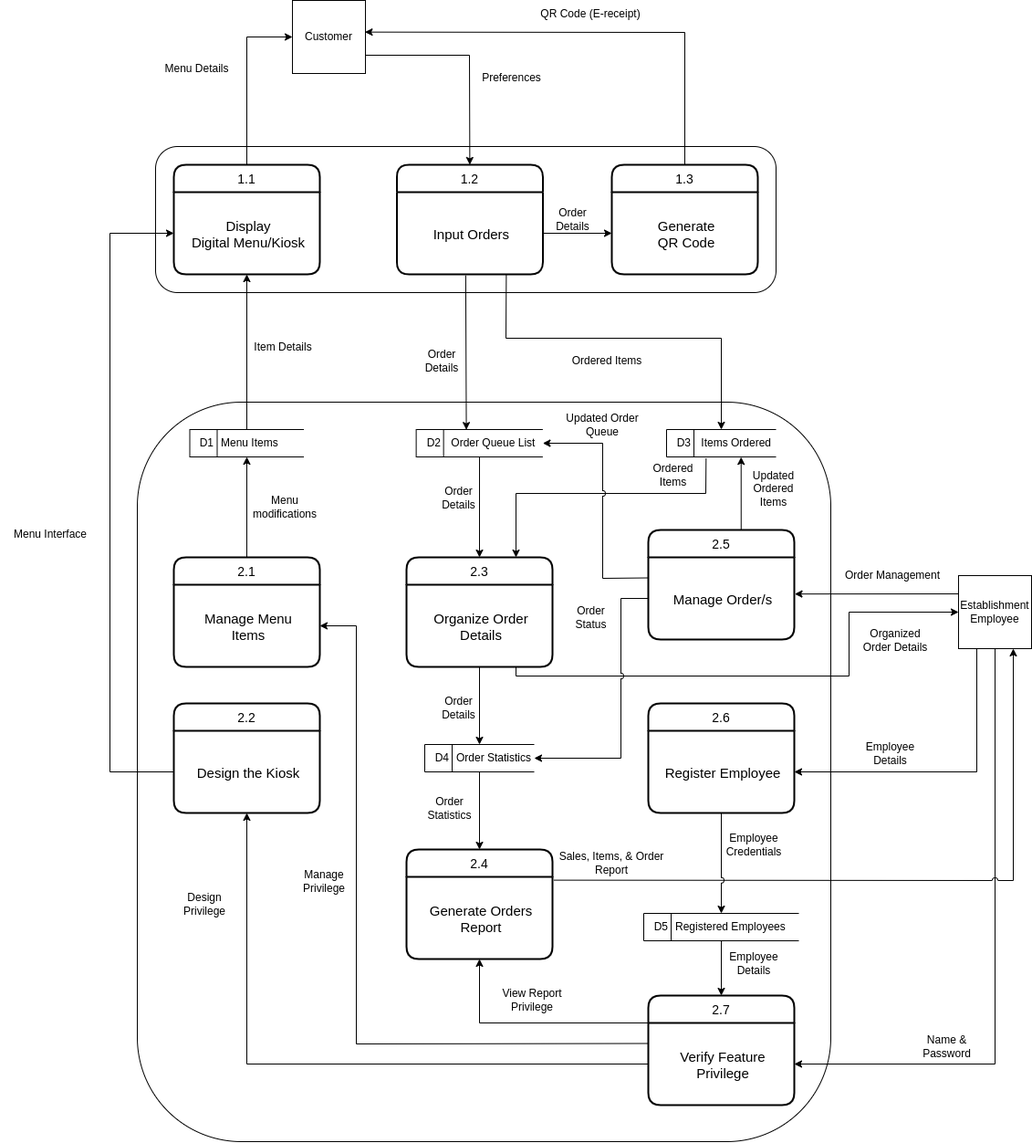
Above: DOCS/Diagrams/Data Flow Diagram 2.png in alexxGmZ/MenuMaApp (draw.io), before the change. Source tidied: cells renumbered, new cells last; positions are measured from the earlier drawing's top-left corner, leaving out a move shared by most shapes.
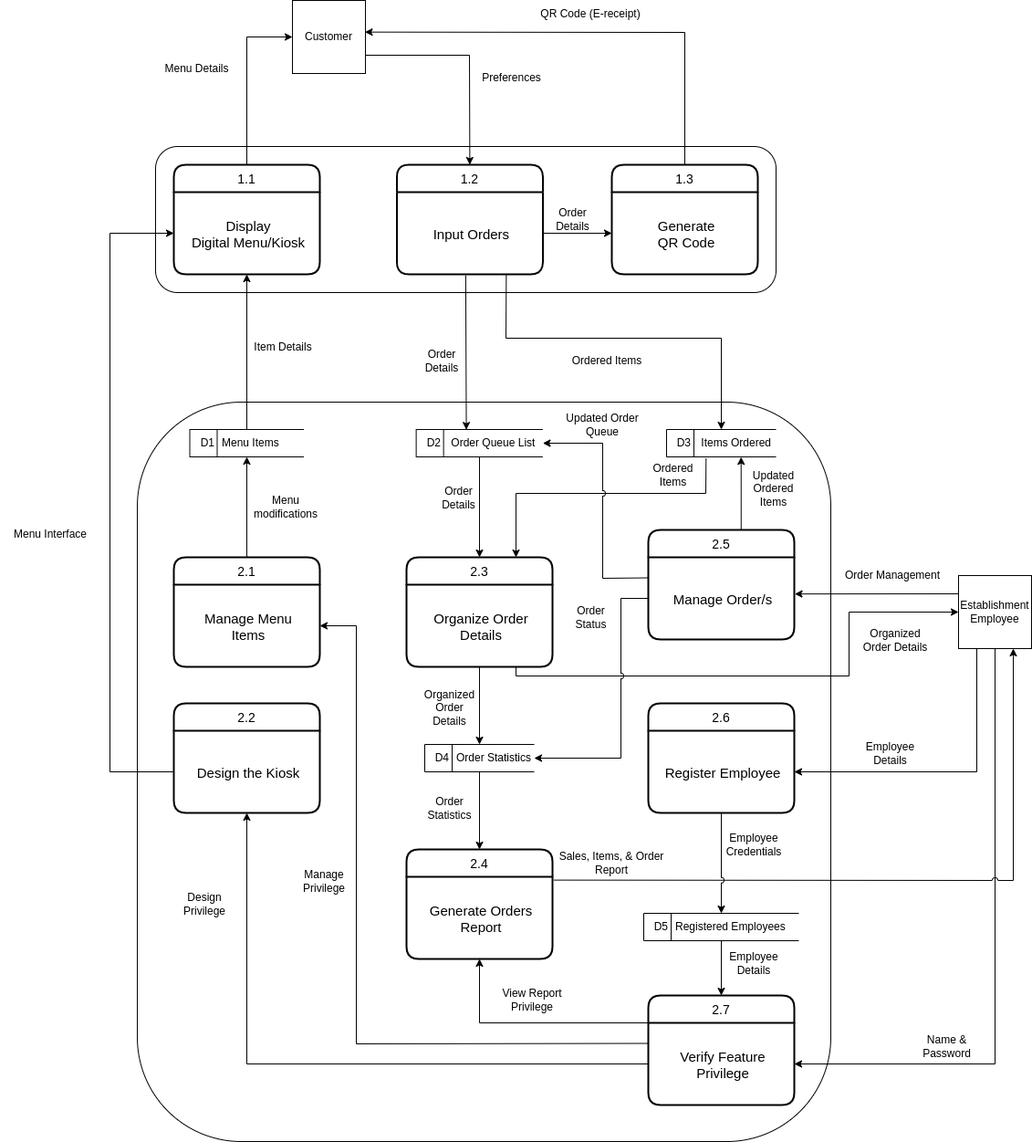
The same diagram one commit later.

Commit message:
diagram(dfd): minor changes

Change to the diagram source:
```diff
@@ -263,8 +263,8 @@
     <mxCell id="65" value="Order Statistics" style="text;html=1;strokeColor=none;fillColor=none;align=center;verticalAlign=middle;whiteSpace=wrap;rounded=0;" parent="1" vertex="1">
       <mxGeometry x="460" y="870" width="65" height="30" as="geometry" />
     </mxCell>
-    <mxCell id="66" value="Order&lt;br&gt;Details" style="text;html=1;strokeColor=none;fillColor=none;align=center;verticalAlign=middle;whiteSpace=wrap;rounded=0;" parent="1" vertex="1">
-      <mxGeometry x="480" y="760" width="45" height="30" as="geometry" />
+    <mxCell id="66" value="Organized&lt;br&gt;Order&lt;br&gt;Details" style="text;html=1;strokeColor=none;fillColor=none;align=center;verticalAlign=middle;whiteSpace=wrap;rounded=0;" parent="1" vertex="1">
+      <mxGeometry x="470" y="760" width="45" height="30" as="geometry" />
     </mxCell>
     <mxCell id="67" value="Order&lt;br&gt;Details" style="text;html=1;strokeColor=none;fillColor=none;align=center;verticalAlign=middle;whiteSpace=wrap;rounded=0;" parent="1" vertex="1">
       <mxGeometry x="480" y="530" width="45" height="30" as="geometry" />
```
